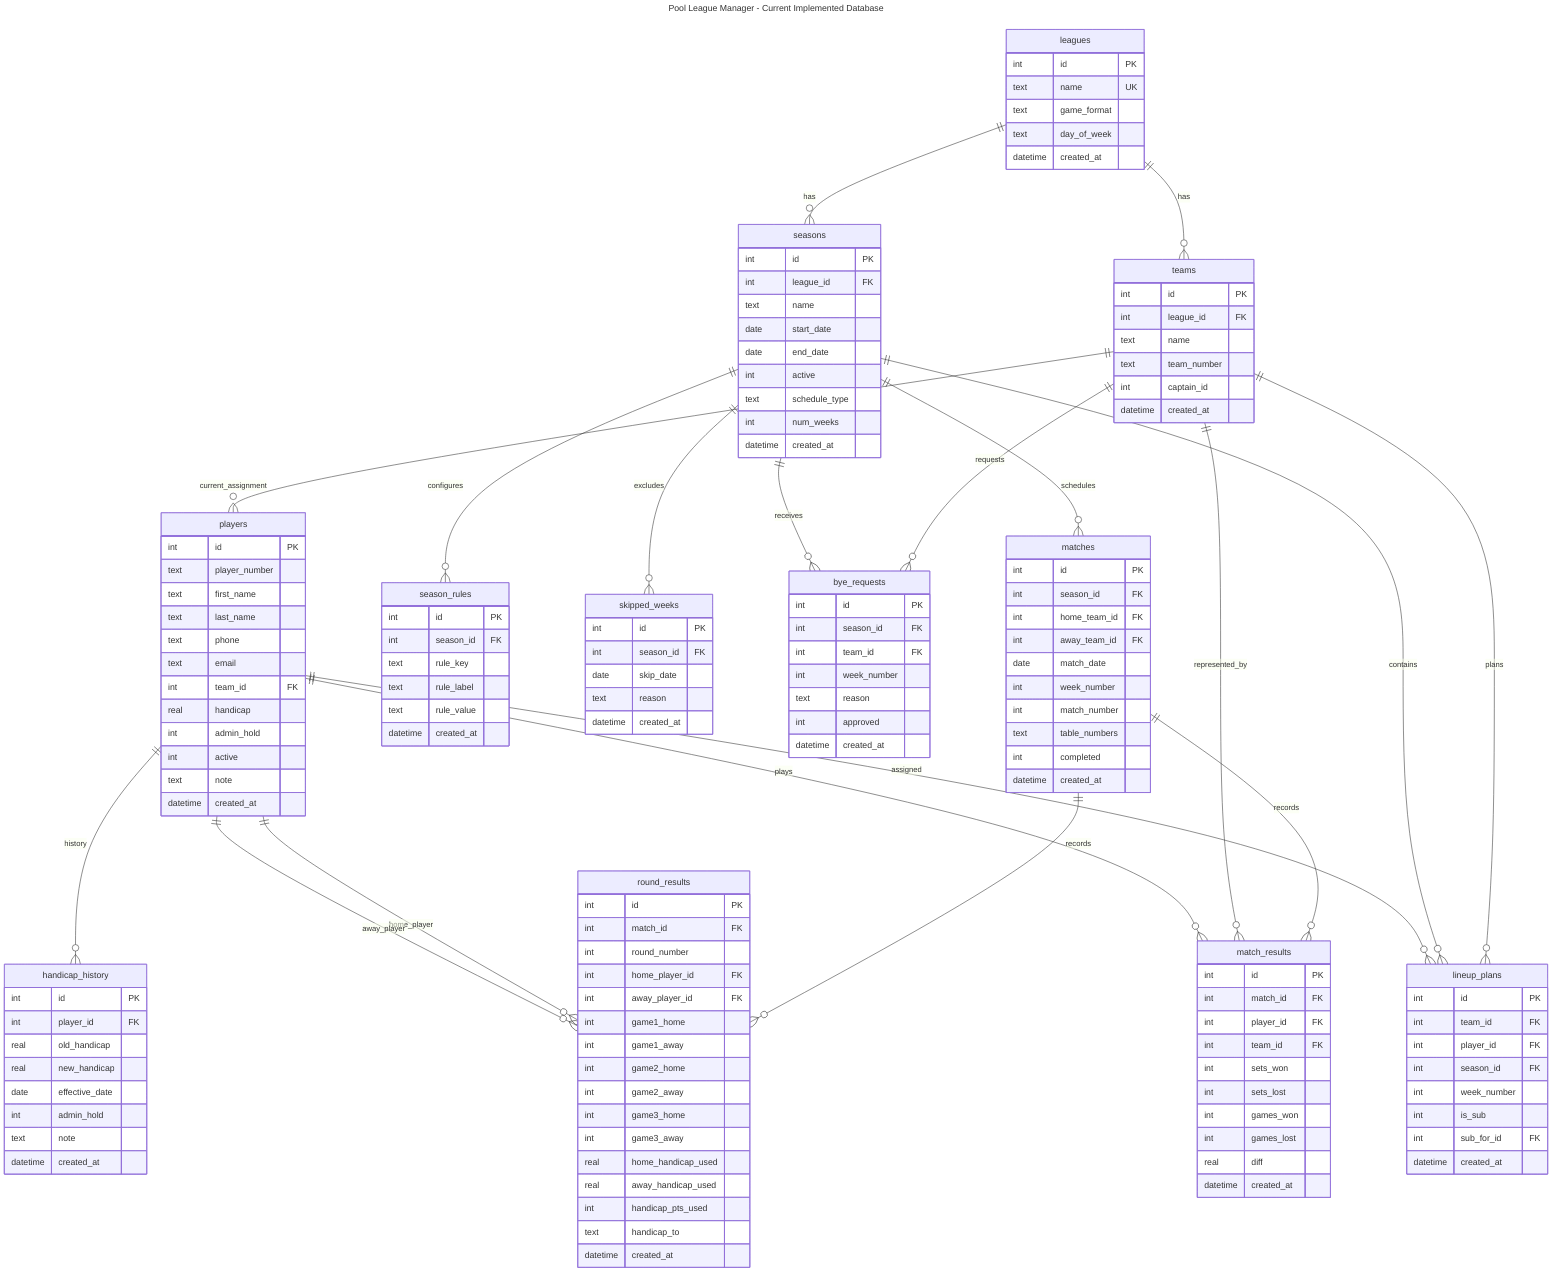
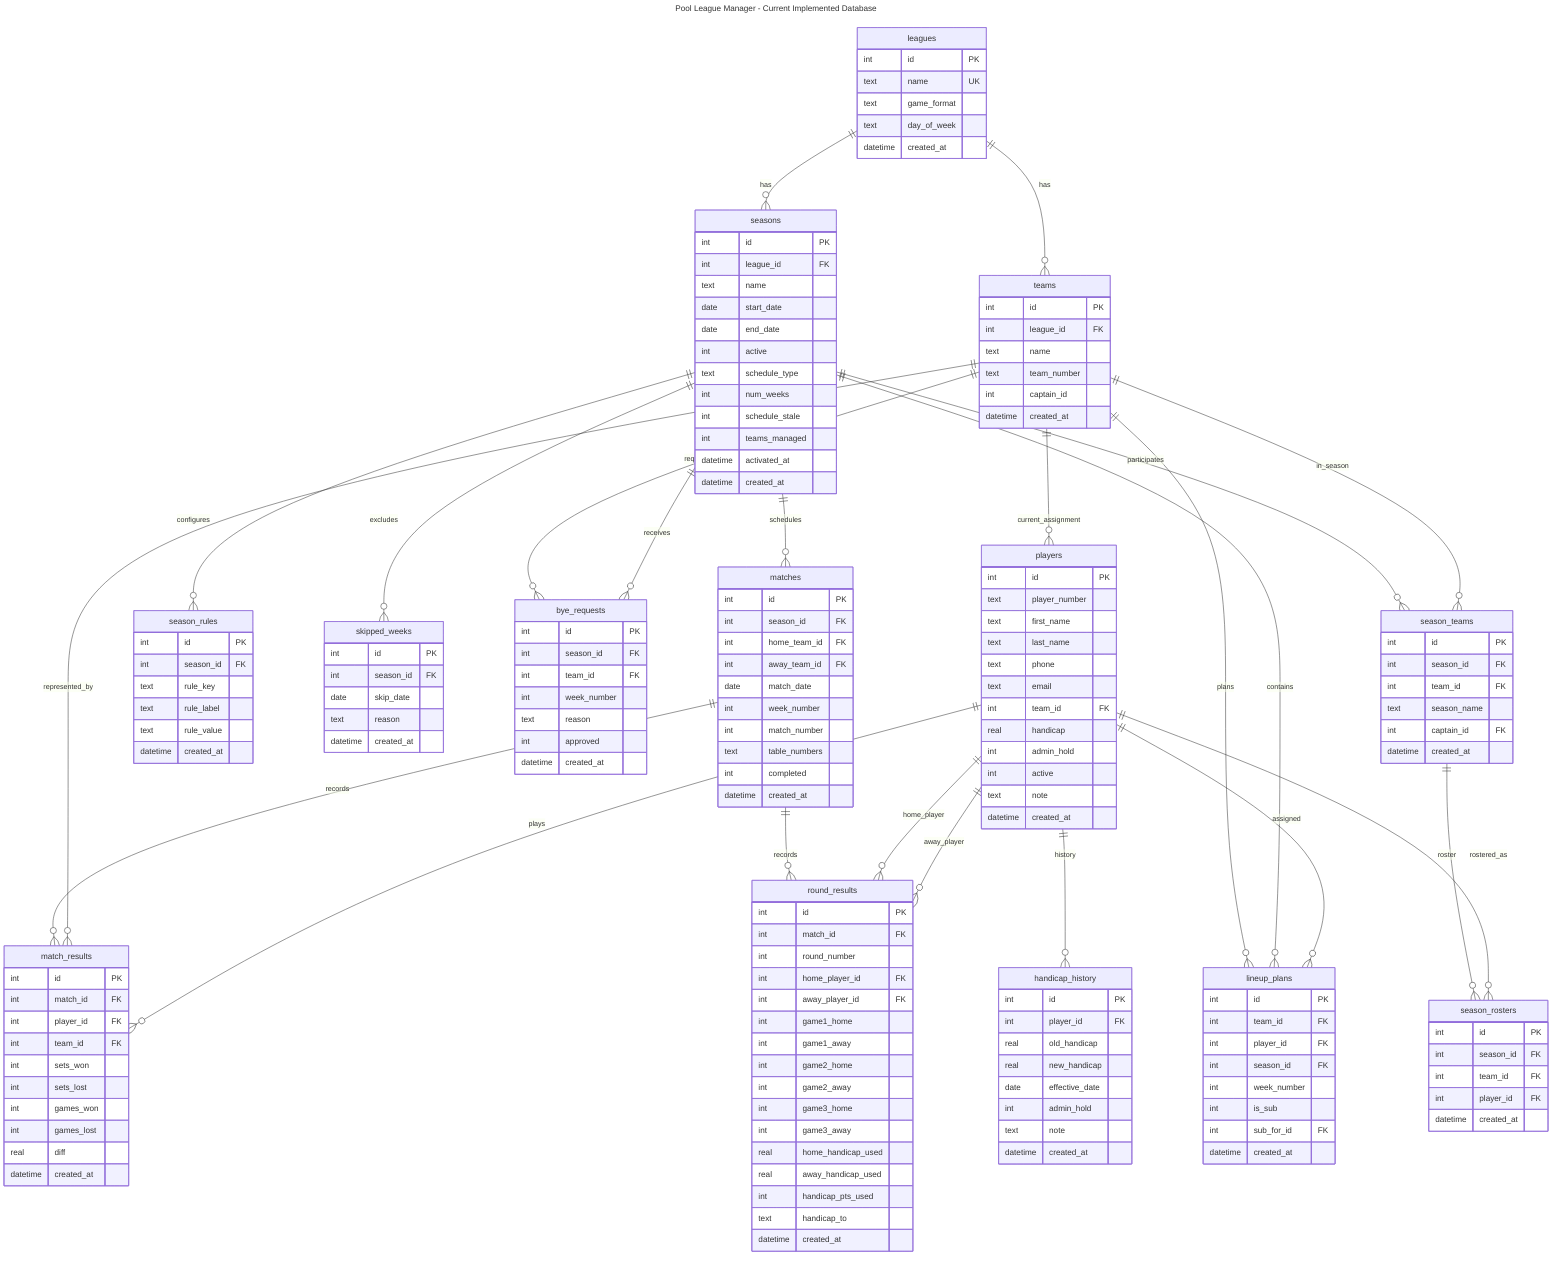
---
title: Pool League Manager - Current Implemented Database
---
erDiagram

    leagues {
        int id PK
        text name UK
        text game_format
        text day_of_week
        datetime created_at
    }

    teams {
        int id PK
        int league_id FK
        text name
        text team_number
        int captain_id
        datetime created_at
    }

    players {
        int id PK
        text player_number
        text first_name
        text last_name
        text phone
        text email
        int team_id FK
        real handicap
        int admin_hold
        int active
        text note
        datetime created_at
    }

    seasons {
        int id PK
        int league_id FK
        text name
        date start_date
        date end_date
        int active
        text schedule_type
        int num_weeks
+         int schedule_stale
+         int teams_managed
+         datetime activated_at
        datetime created_at
    }

    season_rules {
        int id PK
        int season_id FK
        text rule_key
        text rule_label
        text rule_value
        datetime created_at
    }

    skipped_weeks {
        int id PK
        int season_id FK
        date skip_date
        text reason
        datetime created_at
    }

    bye_requests {
        int id PK
        int season_id FK
        int team_id FK
        int week_number
        text reason
        int approved
        datetime created_at
    }

    matches {
        int id PK
        int season_id FK
        int home_team_id FK
        int away_team_id FK
        date match_date
        int week_number
        int match_number
        text table_numbers
        int completed
        datetime created_at
    }

    match_results {
        int id PK
        int match_id FK
        int player_id FK
        int team_id FK
        int sets_won
        int sets_lost
        int games_won
        int games_lost
        real diff
        datetime created_at
    }

    round_results {
        int id PK
        int match_id FK
        int round_number
        int home_player_id FK
        int away_player_id FK
        int game1_home
        int game1_away
        int game2_home
        int game2_away
        int game3_home
        int game3_away
        real home_handicap_used
        real away_handicap_used
        int handicap_pts_used
        text handicap_to
        datetime created_at
    }

    handicap_history {
        int id PK
        int player_id FK
        real old_handicap
        real new_handicap
        date effective_date
        int admin_hold
        text note
        datetime created_at
    }

    lineup_plans {
        int id PK
        int team_id FK
        int player_id FK
        int season_id FK
        int week_number
        int is_sub
        int sub_for_id FK
        datetime created_at
    }

+     season_teams {
+         int id PK
+         int season_id FK
+         int team_id FK
+         text season_name
+         int captain_id FK
+         datetime created_at
+     }
+ 
+     season_rosters {
+         int id PK
+         int season_id FK
+         int team_id FK
+         int player_id FK
+         datetime created_at
+     }
+ 
    leagues ||--o{ teams : has
    leagues ||--o{ seasons : has
    teams ||--o{ players : current_assignment
    teams ||--o{ bye_requests : requests
    teams ||--o{ lineup_plans : plans
    seasons ||--o{ season_rules : configures
    seasons ||--o{ skipped_weeks : excludes
    seasons ||--o{ bye_requests : receives
    seasons ||--o{ matches : schedules
    seasons ||--o{ lineup_plans : contains
    matches ||--o{ match_results : records
    matches ||--o{ round_results : records
    teams ||--o{ match_results : represented_by
    players ||--o{ match_results : plays
    players ||--o{ round_results : home_player
    players ||--o{ round_results : away_player
    players ||--o{ handicap_history : history
    players ||--o{ lineup_plans : assigned
+     seasons ||--o{ season_teams : participates
+     teams ||--o{ season_teams : in_season
+     season_teams ||--o{ season_rosters : roster
+     players ||--o{ season_rosters : rostered_as

%% This ERD documents db/db.go today.
- %% Target concepts such as season_teams, season_rosters, users, controlled
- %% codes, audit entries, week workflow, and final snapshots are documented in
+ %% Target concepts such as users, controlled codes, audit entries,
+ %% week workflow, and final snapshots are documented in
%% doc/architecture-decisions.md and are not implemented yet.
